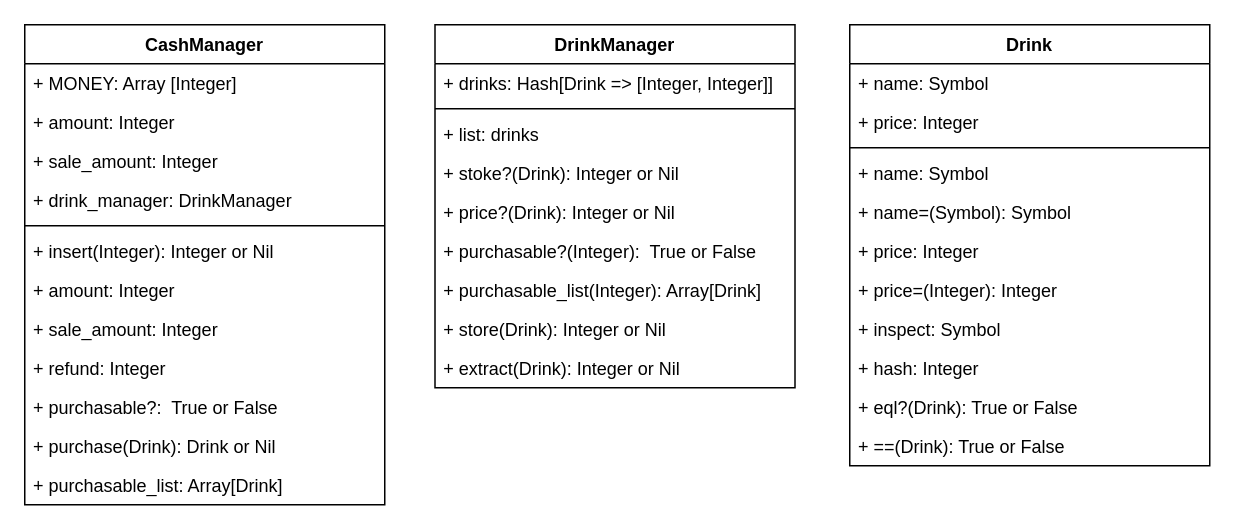
Before: images/class.drawio in fumtas1k/tddbc_ft, a draw.io diagram. Source tidied: cells renumbered, new cells numbered last; positions are measured from the earlier drawing's top-left corner, leaving out a move shared by most shapes. Both pictures are drawn from the tidied source at 150%, with x=0, y=0 at pixel (24, 24).
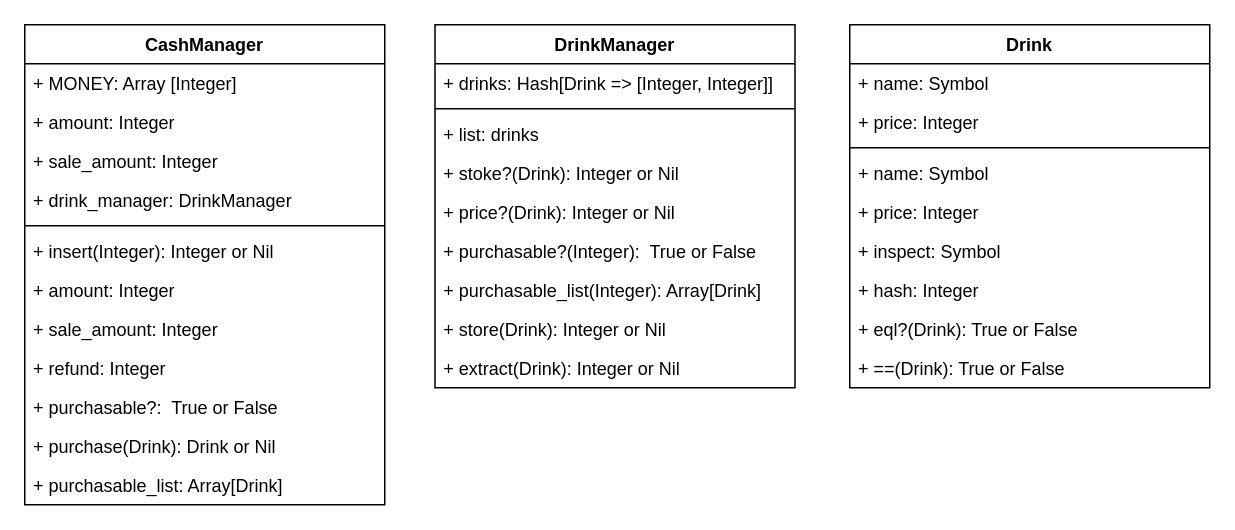
Above is the later version.

The edit, as a diff of the source:
```diff
@@
     <mxCell id="25" value="Drink" style="swimlane;fontStyle=1;align=center;verticalAlign=top;horizontal=1;startSize=26;" parent="1" vertex="1">
-      <mxGeometry x="550" width="240" height="294" as="geometry" />
+      <mxGeometry x="550" width="240" height="242" as="geometry" />
     </mxCell>
@@
-    <mxCell id="30" value="+ name=(Symbol): Symbol" style="text;strokeColor=none;fillColor=none;align=left;verticalAlign=top;spacingLeft=4;spacingRight=4;overflow=hidden;" parent="25" vertex="1">
-      <mxGeometry y="112" width="240" height="26" as="geometry" />
-    </mxCell>
     <mxCell id="31" value="+ price: Integer" style="text;strokeColor=none;fillColor=none;align=left;verticalAlign=top;spacingLeft=4;spacingRight=4;overflow=hidden;" parent="25" vertex="1">
-      <mxGeometry y="138" width="240" height="26" as="geometry" />
+      <mxGeometry y="112" width="240" height="26" as="geometry" />
     </mxCell>
-    <mxCell id="32" value="+ price=(Integer): Integer" style="text;strokeColor=none;fillColor=none;align=left;verticalAlign=top;spacingLeft=4;spacingRight=4;overflow=hidden;" parent="25" vertex="1">
-      <mxGeometry y="164" width="240" height="26" as="geometry" />
-    </mxCell>
     <mxCell id="33" value="+ inspect: Symbol" style="text;strokeColor=none;fillColor=none;align=left;verticalAlign=top;spacingLeft=4;spacingRight=4;overflow=hidden;" parent="25" vertex="1">
-      <mxGeometry y="190" width="240" height="26" as="geometry" />
+      <mxGeometry y="138" width="240" height="26" as="geometry" />
     </mxCell>
     <mxCell id="34" value="+ hash: Integer" style="text;strokeColor=none;fillColor=none;align=left;verticalAlign=top;spacingLeft=4;spacingRight=4;overflow=hidden;" parent="25" vertex="1">
-      <mxGeometry y="216" width="240" height="26" as="geometry" />
+      <mxGeometry y="164" width="240" height="26" as="geometry" />
     </mxCell>
     <mxCell id="35" value="+ eql?(Drink): True or False" style="text;strokeColor=none;fillColor=none;align=left;verticalAlign=top;spacingLeft=4;spacingRight=4;overflow=hidden;" parent="25" vertex="1">
-      <mxGeometry y="242" width="240" height="26" as="geometry" />
+      <mxGeometry y="190" width="240" height="26" as="geometry" />
     </mxCell>
     <mxCell id="36" value="+ ==(Drink): True or False" style="text;strokeColor=none;fillColor=none;align=left;verticalAlign=top;spacingLeft=4;spacingRight=4;overflow=hidden;" parent="25" vertex="1">
-      <mxGeometry y="268" width="240" height="26" as="geometry" />
+      <mxGeometry y="216" width="240" height="26" as="geometry" />
     </mxCell>
```
